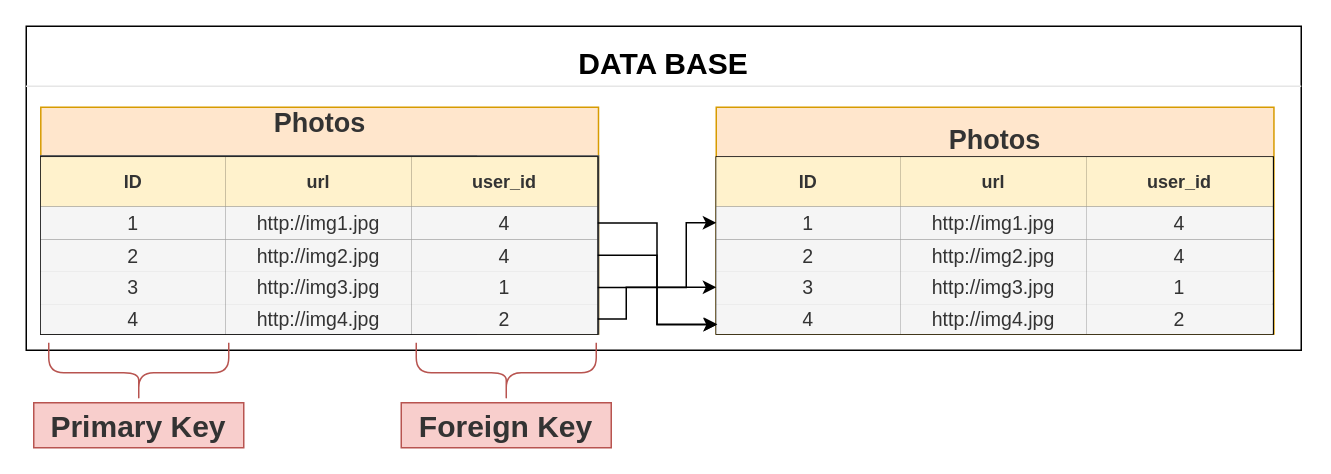
Above: chap_01/chap_01.drawio in kfekairii/postgres_ref (draw.io), before the change. Source tidied: cells renumbered, new cells numbered last; positions are measured from the earlier drawing's top-left corner, leaving out a move shared by most shapes. Both pictures are drawn from the tidied source at 150%, with x=0, y=0 at pixel (26, 26).
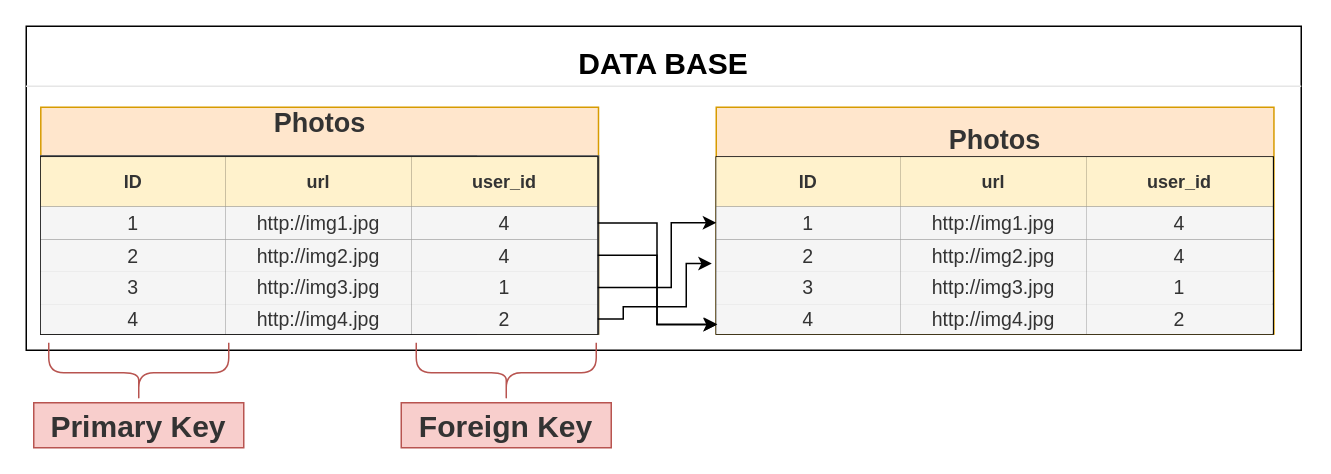
The same page after the edit.

Commit message (it also covers changes not shown here):
join, grouping  added

Unchanged cells that the change refers to:
```xml
<mxCell id="2" style="group;" parent="1" vertex="1">
  <mxGeometry width="850" height="216" as="geometry" />
</mxCell>
<mxCell id="22" style="shape=partialRectangle;fillColor=none;top=0;left=0;bottom=0;right=0;points=[[0,0.5],[1,0.5]];portConstraint=eastwest;fontSize=13;" parent="9" vertex="1">
  <mxGeometry y="76" width="371.3" height="22" as="geometry" />
</mxCell>
<mxCell id="26" style="shape=partialRectangle;fillColor=none;top=0;left=0;bottom=0;right=0;points=[[0,0.5],[1,0.5]];portConstraint=eastwest;fontSize=13;" parent="9" vertex="1">
  <mxGeometry y="98" width="371.3" height="20" as="geometry" />
</mxCell>
<mxCell id="37" style="shape=partialRectangle;fillColor=none;top=0;left=0;bottom=0;right=0;points=[[0,0.5],[1,0.5]];portConstraint=eastwest;fontSize=13;" parent="32" vertex="1">
  <mxGeometry y="33" width="371.3" height="22" as="geometry" />
</mxCell>
<mxCell id="41" style="shape=partialRectangle;fillColor=none;top=0;left=0;bottom=0;right=0;points=[[0,0.5],[1,0.5]];portConstraint=eastwest;fontSize=13;" parent="32" vertex="1">
  <mxGeometry y="55" width="371.3" height="21" as="geometry" />
</mxCell>
<mxCell id="45" style="shape=partialRectangle;fillColor=none;top=0;left=0;bottom=0;right=0;points=[[0,0.5],[1,0.5]];portConstraint=eastwest;fontSize=13;" parent="32" vertex="1">
  <mxGeometry y="76" width="371.3" height="22" as="geometry" />
</mxCell>
```

Diff of the diagram source:
```diff
@@
     <mxCell id="56" style="edgeStyle=orthogonalEdgeStyle;rounded=0;jettySize=auto;html=1;fontSize=20;fontColor=#333333;" parent="2" edge="1" source="22" target="37">
       <mxGeometry relative="1" as="geometry">
         <Array as="points">
-          <mxPoint x="440" y="174" />
-          <mxPoint x="440" y="131" />
+          <mxPoint x="430" y="174" />
+          <mxPoint x="430" y="131" />
         </Array>
       </mxGeometry>
     </mxCell>
-    <mxCell id="57" style="edgeStyle=orthogonalEdgeStyle;rounded=0;jettySize=auto;html=1;fontSize=20;fontColor=#333333;" parent="2" edge="1" source="26" target="45">
+    <mxCell id="57" style="edgeStyle=orthogonalEdgeStyle;rounded=0;jettySize=auto;html=1;fontSize=20;fontColor=#333333;entryX=-0.008;entryY=0.76;entryDx=0;entryDy=0;entryPerimeter=0;exitX=1;exitY=0.5;exitDx=0;exitDy=0;" parent="2" edge="1" source="26" target="41">
       <mxGeometry relative="1" as="geometry">
         <Array as="points">
-          <mxPoint x="400" y="195" />
-          <mxPoint x="400" y="174" />
+          <mxPoint x="398" y="195" />
+          <mxPoint x="398" y="187" />
+          <mxPoint x="440" y="187" />
+          <mxPoint x="440" y="158" />
         </Array>
       </mxGeometry>
     </mxCell>
```
